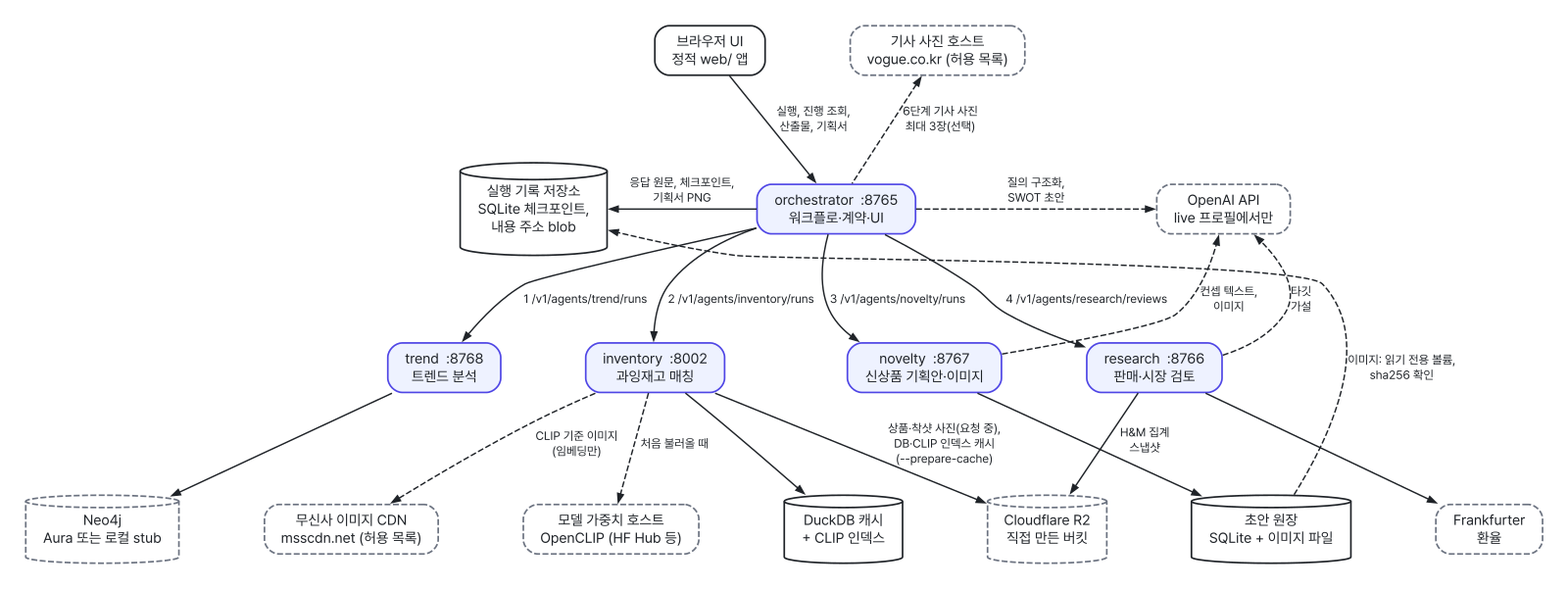
The Graphviz diagram docs/diagrams/system.png in KG-RAG-02/fashion-planner-orchestrator, before a commit. Its source is kept beside it as docs/diagrams/src/system.dot.
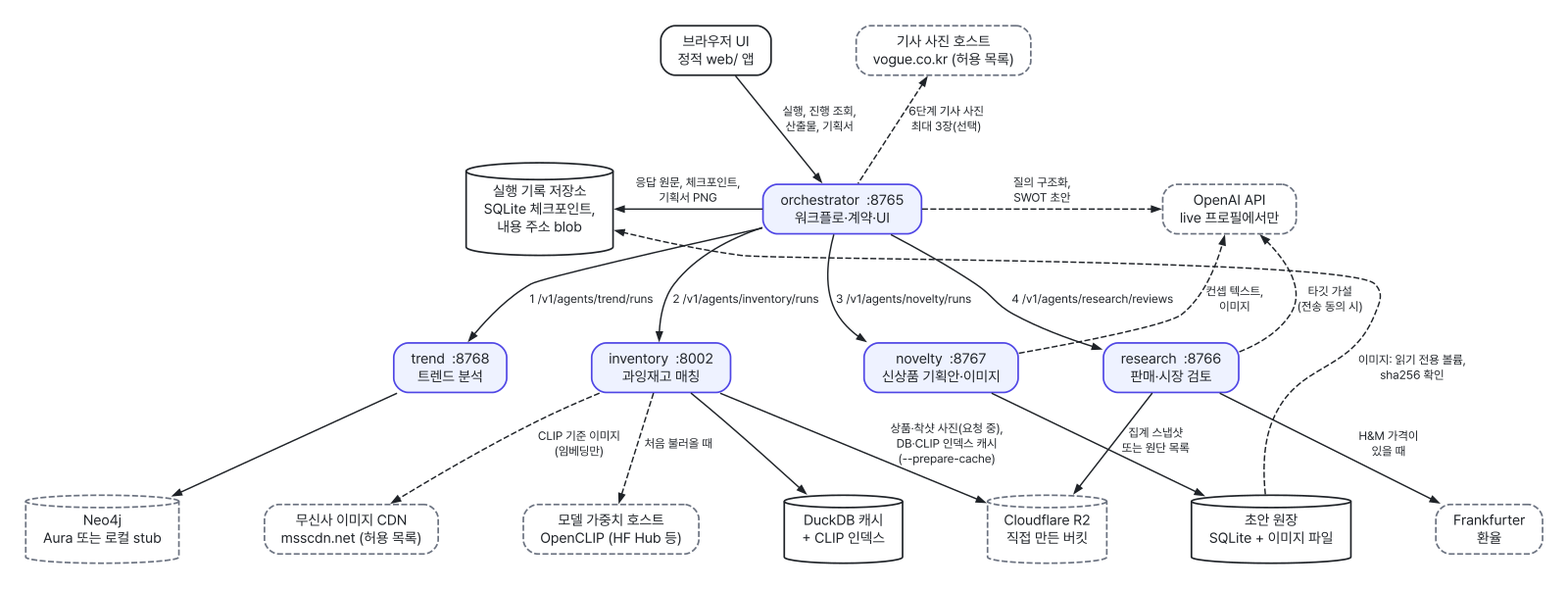
Later version of the same file.

Diff of the diagram source:
```diff
@@ -49,9 +49,9 @@
   inv   -> hf     [label="처음 불러올 때", style=dashed];
   nov   -> ledger;
   nov   -> openai [label="컨셉 텍스트,\n이미지", style=dashed];
-  res   -> openai [label="타깃\n가설", style=dashed];
-  res   -> fx;
-  res   -> r2     [taillabel="H&M 집계\n스냅샷", labeldistance=4, labelangle=42];
+  res   -> openai [label="타깃 가설\n(전송 동의 시)", style=dashed];
+  res   -> fx     [label="H&M 가격이\n있을 때"];
+  res   -> r2     [taillabel="집계 스냅샷\n또는 원단 목록", labeldistance=4, labelangle=42];
   ledger -> store [label="이미지: 읽기 전용 볼륨,\nsha256 확인", style=dashed, constraint=false];
   orch  -> openai [label="질의 구조화,\nSWOT 초안", style=dashed, constraint=false];
 }
```
